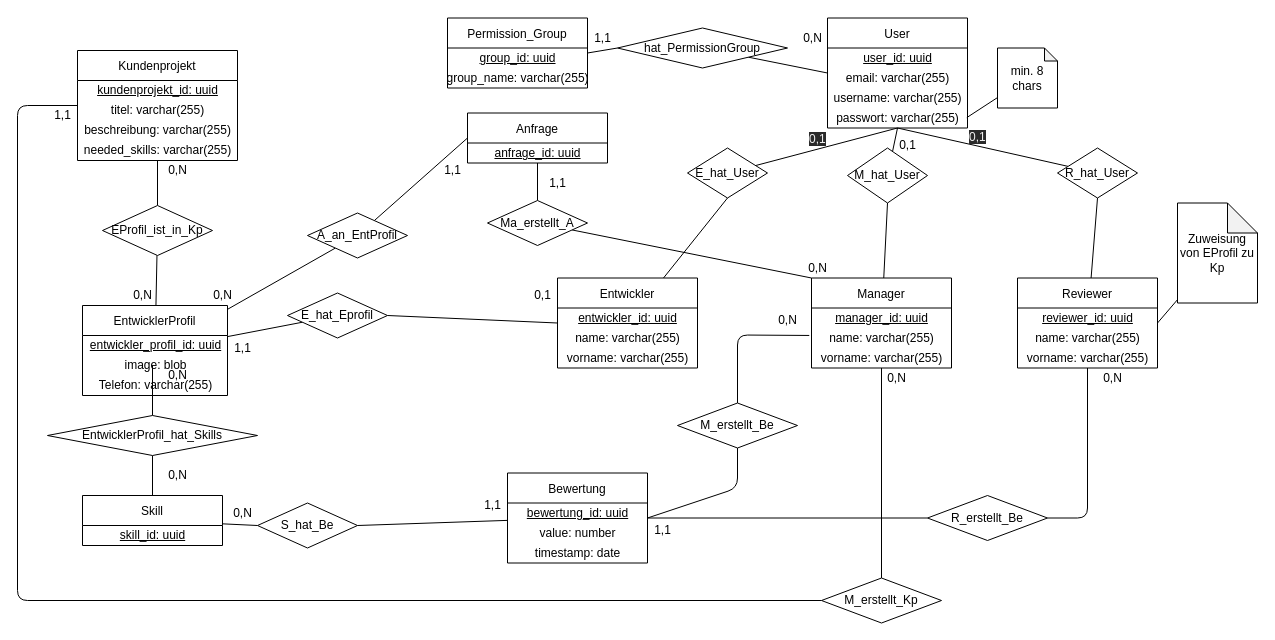
The draw.io diagram page "Semantisch" (1 of 2) of docs/diagram/ERDiagramm.drawio in TomKeppeler/WRAM, before the edit. Source tidied: cells renumbered, new cells numbered last; positions are measured from the earlier drawing's top-left corner, leaving out a move shared by most shapes. Both pictures are drawn from the tidied source at 100%, with x=0, y=0 at pixel (17, 17).
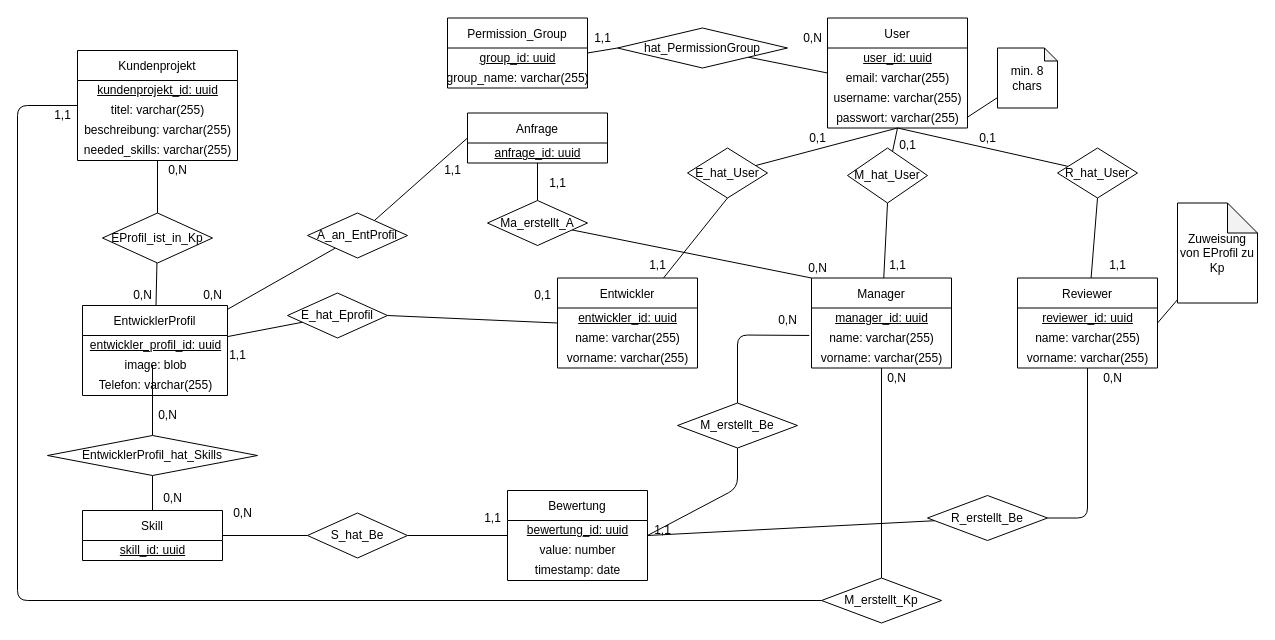
After the change.

Change to the diagram source:
```diff
@@
     <mxCell id="35" value="Skill" style="swimlane;fontStyle=0;horizontal=1;startSize=30;" parent="1" vertex="1">
-      <mxGeometry x="65" y="478" width="140" height="50" as="geometry" />
+      <mxGeometry x="65" y="493" width="140" height="50" as="geometry" />
     </mxCell>
@@
-    <mxCell id="39" value="0,N" style="text;html=1;align=center;verticalAlign=middle;strokeColor=none;fillColor=none;" parent="1" vertex="1">
-      <mxGeometry x="145" y="348" width="30" height="20" as="geometry" />
-    </mxCell>
     <mxCell id="40" value="0,N" style="text;html=1;align=center;verticalAlign=middle;strokeColor=none;fillColor=none;" parent="1" vertex="1">
-      <mxGeometry x="145" y="448" width="30" height="20" as="geometry" />
+      <mxGeometry x="140" y="470.5" width="30" height="20" as="geometry" />
     </mxCell>
@@
     <mxCell id="44" value="1,1" style="text;html=1;align=center;verticalAlign=middle;strokeColor=none;fillColor=none;" parent="1" vertex="1">
-      <mxGeometry x="210" y="320.5" width="30" height="20" as="geometry" />
+      <mxGeometry x="205" y="328" width="30" height="20" as="geometry" />
     </mxCell>
@@
     <mxCell id="52" value="EProfil_ist_in_Kp" style="rhombus;whiteSpace=wrap;html=1;fontStyle=0;startSize=30;" parent="1" vertex="1">
-      <mxGeometry x="85" y="188" width="110" height="50" as="geometry" />
+      <mxGeometry x="85" y="195.5" width="110" height="50" as="geometry" />
     </mxCell>
@@
     <mxCell id="71" value="EntwicklerProfil_hat_Skills" style="rhombus;whiteSpace=wrap;html=1;" parent="1" vertex="1">
-      <mxGeometry x="30" y="398" width="210" height="40" as="geometry" />
+      <mxGeometry x="30" y="418" width="210" height="40" as="geometry" />
     </mxCell>
@@
     <mxCell id="73" value="Bewertung" style="swimlane;fontStyle=0;horizontal=1;startSize=30;" parent="1" vertex="1">
-      <mxGeometry x="490" y="455.5" width="140" height="90" as="geometry" />
+      <mxGeometry x="490" y="473" width="140" height="90" as="geometry" />
     </mxCell>
@@
     <mxCell id="77" value="S_hat_Be" style="rhombus;whiteSpace=wrap;html=1;fontStyle=0;startSize=30;" parent="1" vertex="1">
-      <mxGeometry x="240" y="485.5" width="100" height="45" as="geometry" />
+      <mxGeometry x="290" y="495.5" width="100" height="45" as="geometry" />
     </mxCell>
@@
     <mxCell id="79" value="1,1" style="text;html=1;align=center;verticalAlign=middle;strokeColor=none;fillColor=none;" parent="1" vertex="1">
-      <mxGeometry x="460" y="478" width="30" height="20" as="geometry" />
+      <mxGeometry x="460" y="490.5" width="30" height="20" as="geometry" />
     </mxCell>
@@
     <mxCell id="98" value="0,N" style="text;html=1;align=center;verticalAlign=middle;strokeColor=none;fillColor=none;" parent="1" vertex="1">
-      <mxGeometry x="190" y="268" width="30" height="20" as="geometry" />
+      <mxGeometry x="180" y="268" width="30" height="20" as="geometry" />
     </mxCell>
@@
-    <mxCell id="102" value="&lt;span style=&quot;color: rgb(240, 240, 240); font-family: helvetica; font-size: 12px; font-style: normal; font-weight: 400; letter-spacing: normal; text-align: center; text-indent: 0px; text-transform: none; word-spacing: 0px; background-color: rgb(42, 42, 42); display: inline; float: none;&quot;&gt;0,1&lt;/span&gt;" style="text;whiteSpace=wrap;html=1;" parent="1" vertex="1">
-      <mxGeometry x="790" y="108" width="40" height="30" as="geometry" />
-    </mxCell>
-    <mxCell id="103" value="&lt;span style=&quot;color: rgb(240, 240, 240); font-family: helvetica; font-size: 12px; font-style: normal; font-weight: 400; letter-spacing: normal; text-align: center; text-indent: 0px; text-transform: none; word-spacing: 0px; background-color: rgb(42, 42, 42); display: inline; float: none;&quot;&gt;0,1&lt;/span&gt;" style="text;whiteSpace=wrap;html=1;" parent="1" vertex="1">
-      <mxGeometry x="950" y="105.5" width="40" height="30" as="geometry" />
-    </mxCell>
+    <mxCell id="39" value="0,N" style="text;html=1;align=center;verticalAlign=middle;strokeColor=none;fillColor=none;" parent="1" vertex="1">
+      <mxGeometry x="135" y="388" width="30" height="20" as="geometry" />
+    </mxCell>
+    <mxCell id="104" value="1,1" style="text;html=1;align=center;verticalAlign=middle;strokeColor=none;fillColor=none;" parent="1" vertex="1">
+      <mxGeometry x="865" y="238" width="30" height="20" as="geometry" />
+    </mxCell>
+    <mxCell id="105" value="1,1" style="text;html=1;align=center;verticalAlign=middle;strokeColor=none;fillColor=none;" parent="1" vertex="1">
+      <mxGeometry x="1085" y="238" width="30" height="20" as="geometry" />
+    </mxCell>
+    <mxCell id="106" value="1,1" style="text;html=1;align=center;verticalAlign=middle;strokeColor=none;fillColor=none;" parent="1" vertex="1">
+      <mxGeometry x="625" y="238" width="30" height="20" as="geometry" />
+    </mxCell>
+    <mxCell id="107" value="&lt;div&gt;0,1&lt;/div&gt;" style="text;html=1;align=center;verticalAlign=middle;strokeColor=none;fillColor=none;" parent="1" vertex="1">
+      <mxGeometry x="780" y="105.5" width="40" height="30" as="geometry" />
+    </mxCell>
+    <mxCell id="108" value="&lt;div&gt;0,1&lt;/div&gt;" style="text;html=1;align=center;verticalAlign=middle;strokeColor=none;fillColor=none;" parent="1" vertex="1">
+      <mxGeometry x="950" y="105.5" width="40" height="30" as="geometry" />
+    </mxCell>
```
